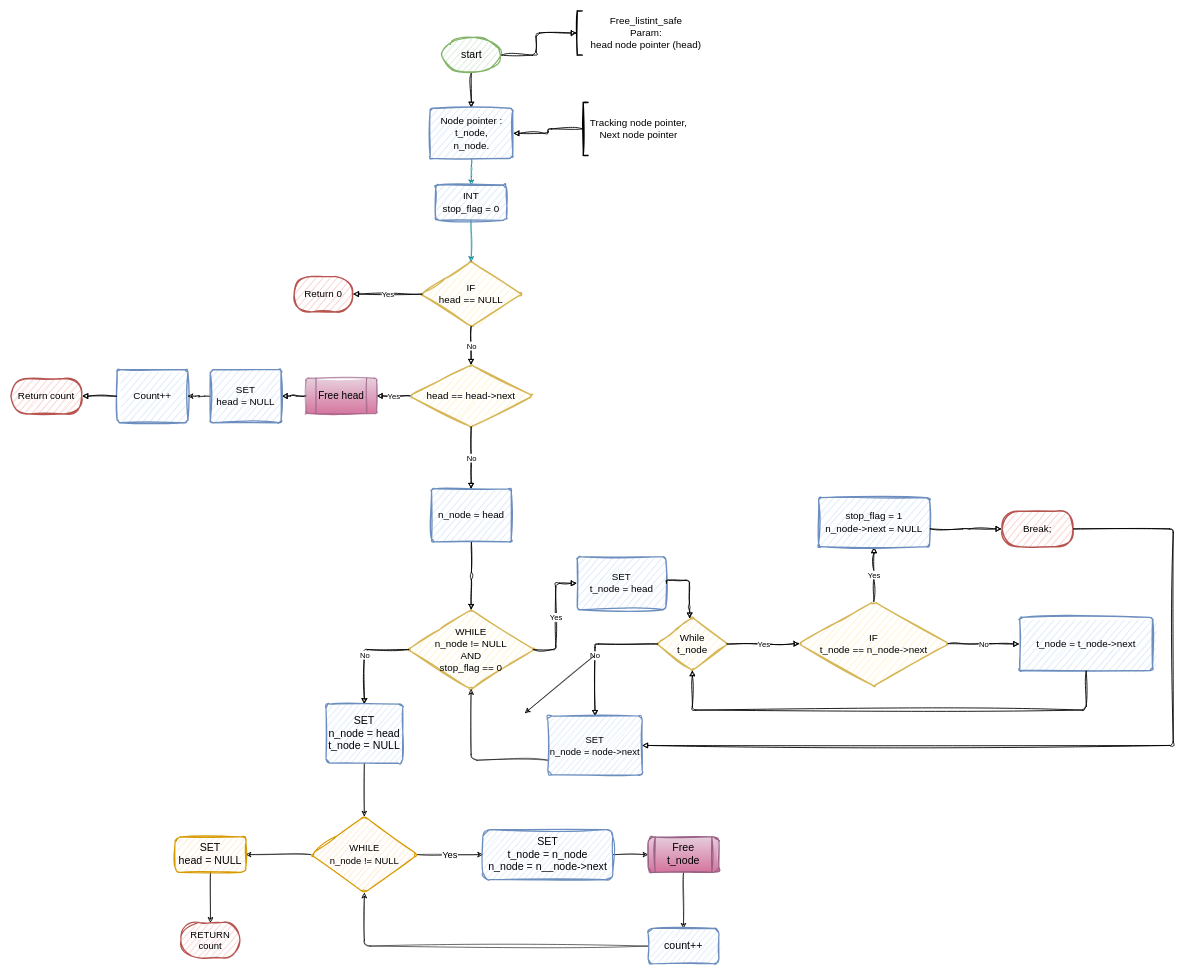
jojothomas1515/alx-low_level_programming keeps this draw.io diagram as 0x13-more_singly_linked_lists/free_listint_safe.drawio. Above is the earlier version. Source tidied: cells renumbered, new cells numbered last; positions are measured from the earlier drawing's top-left corner, leaving out a move shared by most shapes. Both pictures are drawn from the tidied source at 59%, with x=0, y=0 at pixel (11, 11).
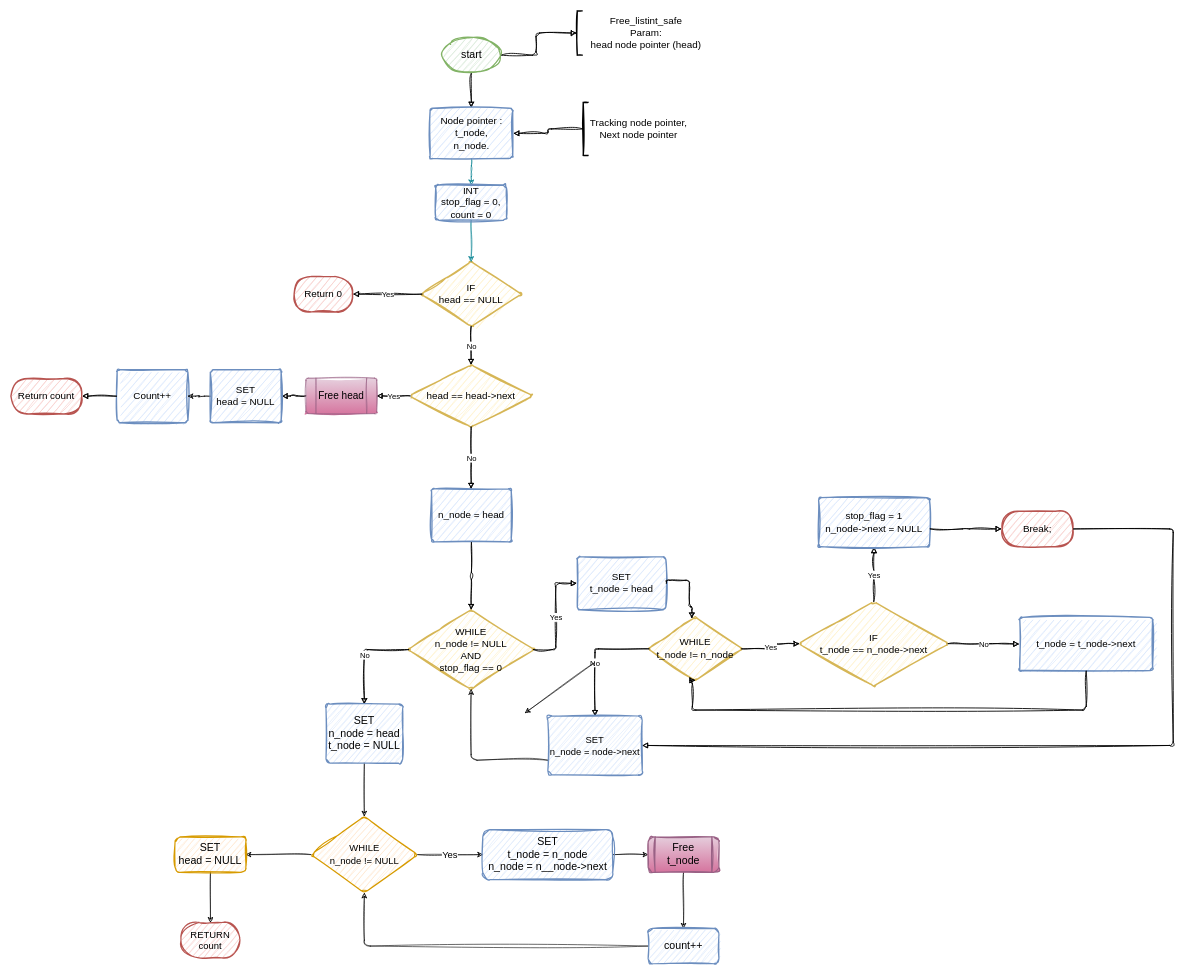
The same diagram, later.

What changed in the source:
```diff
@@
-    <mxCell id="35" value="While&#10;t_node" style="html=1;overflow=block;blockSpacing=1;whiteSpace=wrap;rhombus;fontSize=16.7;fontStyle=0;spacing=3.8;strokeOpacity=100;rounded=1;absoluteArcSize=1;arcSize=9;strokeWidth=2.3;align=center;fillColor=#fff2cc;strokeColor=#d6b656;sketch=1;curveFitting=1;jiggle=2;" parent="1" vertex="1">
-      <mxGeometry x="1095" y="1028" width="120" height="90" as="geometry" />
+    <mxCell id="35" value="WHILE&lt;br&gt;t_node != n_node" style="html=1;overflow=block;blockSpacing=1;whiteSpace=wrap;rhombus;fontSize=16.7;fontStyle=0;spacing=3.8;strokeOpacity=100;rounded=1;absoluteArcSize=1;arcSize=9;strokeWidth=2.3;align=center;fillColor=#fff2cc;strokeColor=#d6b656;sketch=1;curveFitting=1;jiggle=2;" parent="1" vertex="1">
+      <mxGeometry x="1080" y="1027.5" width="160" height="107.5" as="geometry" />
     </mxCell>
@@
-    <mxCell id="73" value="INT&lt;br&gt;stop_flag = 0" style="rounded=1;whiteSpace=wrap;html=1;fontSize=16.7;fillColor=#dae8fc;strokeColor=#6c8ebf;fontStyle=0;spacing=9;arcSize=9;strokeWidth=2.3;sketch=1;curveFitting=1;jiggle=2;" parent="1" vertex="1">
+    <mxCell id="73" value="INT&lt;br&gt;stop_flag = 0,&lt;br&gt;count = 0" style="rounded=1;whiteSpace=wrap;html=1;fontSize=16.7;fillColor=#dae8fc;strokeColor=#6c8ebf;fontStyle=0;spacing=9;arcSize=9;strokeWidth=2.3;sketch=1;curveFitting=1;jiggle=2;" parent="1" vertex="1">
       <mxGeometry x="720" y="295" width="120" height="60" as="geometry" />
     </mxCell>
```
